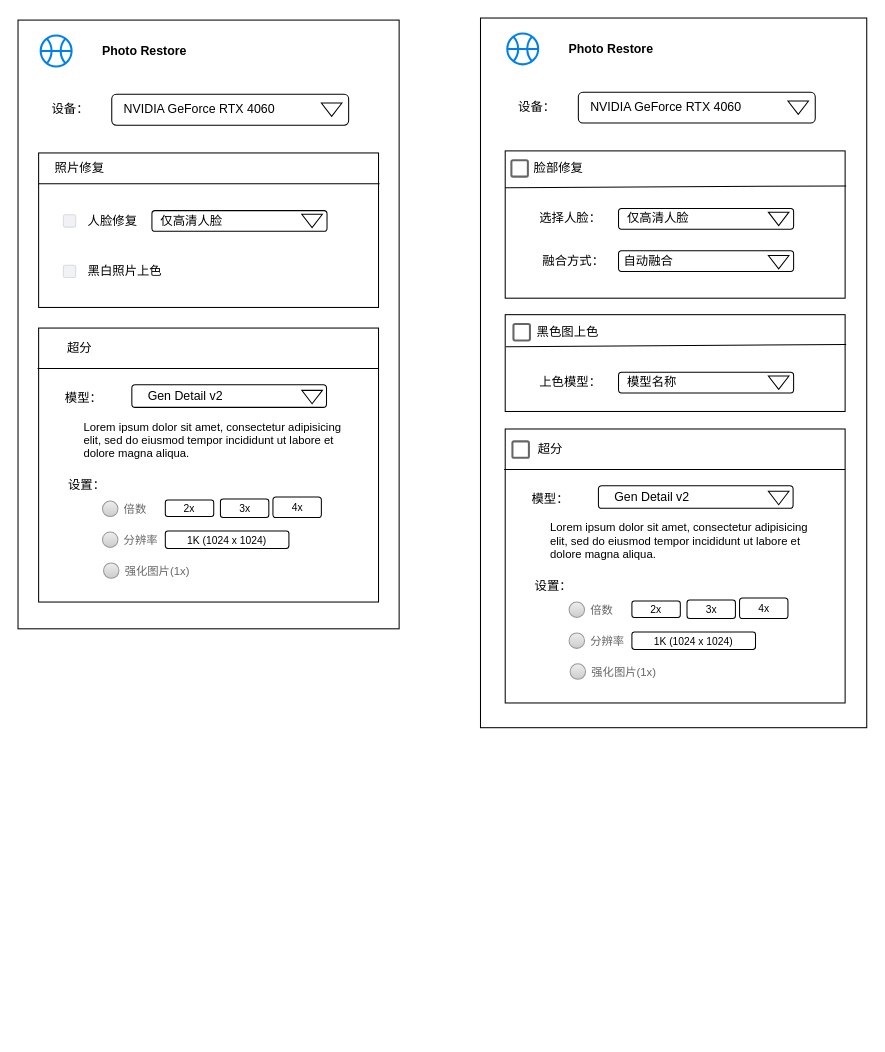
Before: Mytemp.drawio in macfanr/drawio, a draw.io diagram. Source tidied: cells renumbered, new cells numbered last; positions are measured from the earlier drawing's top-left corner, leaving out a move shared by most shapes. Both pictures are drawn from the tidied source at 103%, with x=0, y=0 at pixel (18, 18).
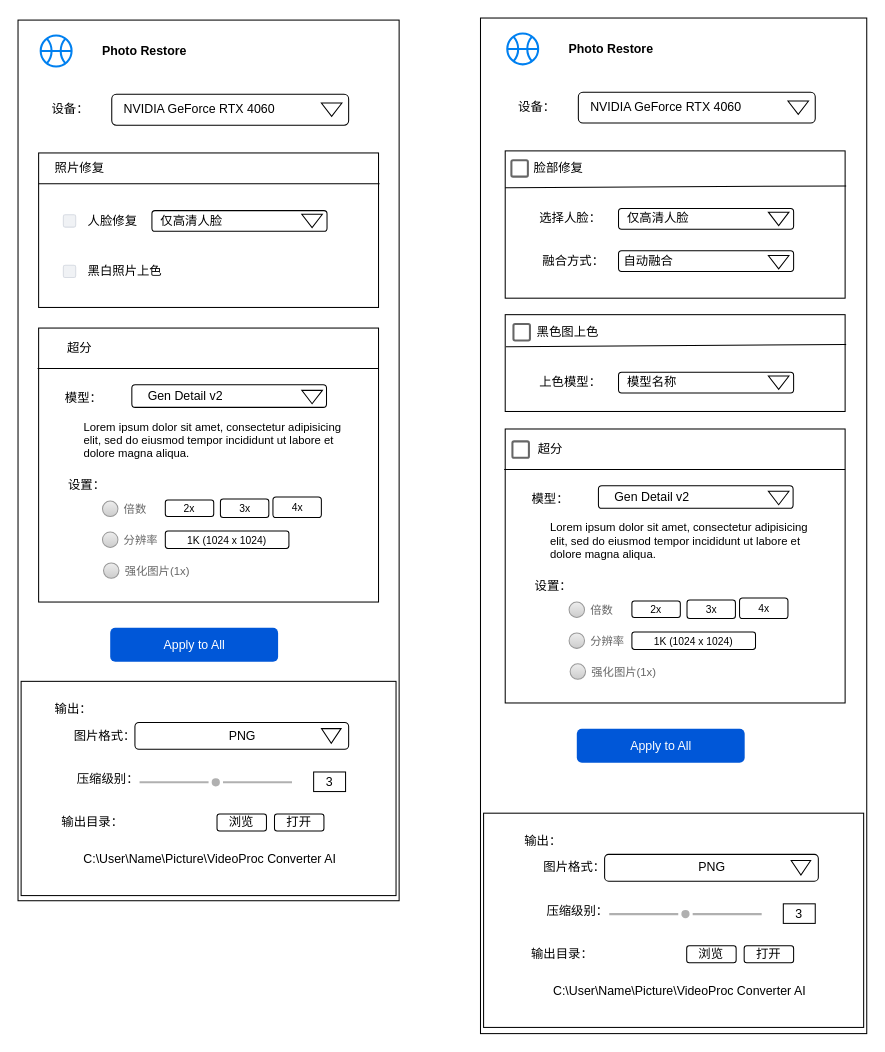
The same diagram, later.

The edit, as a diff of the source:
```diff
@@
     <mxCell id="2" style="rounded=0;whiteSpace=wrap;html=1;" parent="1" vertex="1">
-      <mxGeometry y="2" width="370" height="591" as="geometry" />
+      <mxGeometry y="2" width="370" height="855" as="geometry" />
     </mxCell>
     <mxCell id="3" style="rounded=0;whiteSpace=wrap;html=1;" parent="1" vertex="1">
-      <mxGeometry x="449" width="375" height="689" as="geometry" />
+      <mxGeometry x="449" width="375" height="986" as="geometry" />
     </mxCell>
@@
+    <mxCell id="80" style="group;" parent="1" vertex="1">
+      <mxGeometry x="3" y="644" width="364" height="208" as="geometry" />
+    </mxCell>
+    <mxCell id="81" style="rounded=0;whiteSpace=wrap;html=1;" parent="80" vertex="1">
+      <mxGeometry width="364" height="208" as="geometry" />
+    </mxCell>
+    <mxCell id="82" value="输出：" style="text;html=1;align=center;verticalAlign=middle;whiteSpace=wrap;rounded=0;" parent="80" vertex="1">
+      <mxGeometry x="21" y="12" width="60" height="30" as="geometry" />
+    </mxCell>
+    <mxCell id="83" value="图片格式：" style="text;html=1;align=center;verticalAlign=middle;whiteSpace=wrap;rounded=0;" parent="80" vertex="1">
+      <mxGeometry x="40" y="38" width="83" height="30" as="geometry" />
+    </mxCell>
+    <mxCell id="84" value="PNG" style="rounded=1;whiteSpace=wrap;html=1;" parent="80" vertex="1">
+      <mxGeometry x="110.5" y="40" width="207.5" height="26" as="geometry" />
+    </mxCell>
+    <mxCell id="85" style="triangle;whiteSpace=wrap;html=1;rotation=90;" parent="80" vertex="1">
+      <mxGeometry x="294" y="43.5" width="14.2" height="19" as="geometry" />
+    </mxCell>
+    <mxCell id="86" value="压缩级别：" style="text;html=1;align=center;verticalAlign=middle;whiteSpace=wrap;rounded=0;" parent="80" vertex="1">
+      <mxGeometry x="43" y="80" width="83" height="30" as="geometry" />
+    </mxCell>
+    <mxCell id="87" style="dashed=0;verticalLabelPosition=bottom;verticalAlign=top;align=center;shape=mxgraph.gmdl.sliderDisabled2;strokeColor=#b0b0b0;strokeWidth=2;fillColor=#b0b0b0;handleSize=6;shadow=0;hPos=50;html=1;" parent="80" vertex="1">
+      <mxGeometry x="115" y="88" width="148" height="20" as="geometry" />
+    </mxCell>
+    <mxCell id="88" value="3" style="rounded=0;whiteSpace=wrap;html=1;" parent="80" vertex="1">
+      <mxGeometry x="284" y="88" width="31" height="19" as="geometry" />
+    </mxCell>
+    <mxCell id="89" value="输出目录：" style="text;html=1;align=center;verticalAlign=middle;whiteSpace=wrap;rounded=0;" parent="80" vertex="1">
+      <mxGeometry x="27.5" y="122" width="83" height="30" as="geometry" />
+    </mxCell>
+    <mxCell id="90" value="C:\User\Name\Picture\VideoProc Converter AI" style="text;html=1;align=center;verticalAlign=middle;whiteSpace=wrap;rounded=0;" parent="80" vertex="1">
+      <mxGeometry x="52" y="158" width="263" height="30" as="geometry" />
+    </mxCell>
+    <mxCell id="91" value="浏览" style="rounded=1;whiteSpace=wrap;html=1;" parent="80" vertex="1">
+      <mxGeometry x="190.2" y="128.8" width="48" height="16.5" as="geometry" />
+    </mxCell>
+    <mxCell id="92" value="打开" style="rounded=1;whiteSpace=wrap;html=1;" parent="80" vertex="1">
+      <mxGeometry x="246" y="128.8" width="48" height="16.5" as="geometry" />
+    </mxCell>
+    <mxCell id="93" value="Apply to All" style="rounded=1;fillColor=#0057D8;strokeColor=none;html=1;whiteSpace=wrap;fontColor=#ffffff;align=center;verticalAlign=middle;fontStyle=0;fontSize=12;sketch=0;" parent="1" vertex="1">
+      <mxGeometry x="89.5" y="592" width="163" height="33" as="geometry" />
+    </mxCell>
+    <mxCell id="94" value="Apply to All" style="rounded=1;fillColor=#0057D8;strokeColor=none;html=1;whiteSpace=wrap;fontColor=#ffffff;align=center;verticalAlign=middle;fontStyle=0;fontSize=12;sketch=0;" parent="1" vertex="1">
+      <mxGeometry x="542.5" y="690" width="163" height="33" as="geometry" />
+    </mxCell>
+    <mxCell id="95" style="group;" parent="1" vertex="1">
+      <mxGeometry x="452" y="772" width="369" height="208" as="geometry" />
+    </mxCell>
+    <mxCell id="96" style="rounded=0;whiteSpace=wrap;html=1;" parent="95" vertex="1">
+      <mxGeometry width="369" height="208" as="geometry" />
+    </mxCell>
+    <mxCell id="97" value="输出：" style="text;html=1;align=center;verticalAlign=middle;whiteSpace=wrap;rounded=0;" parent="95" vertex="1">
+      <mxGeometry x="28" y="12" width="60" height="30" as="geometry" />
+    </mxCell>
+    <mxCell id="98" value="图片格式：" style="text;html=1;align=center;verticalAlign=middle;whiteSpace=wrap;rounded=0;" parent="95" vertex="1">
+      <mxGeometry x="47" y="38" width="83" height="30" as="geometry" />
+    </mxCell>
+    <mxCell id="99" value="PNG" style="rounded=1;whiteSpace=wrap;html=1;" parent="95" vertex="1">
+      <mxGeometry x="117.5" y="40" width="207.5" height="26" as="geometry" />
+    </mxCell>
+    <mxCell id="100" style="triangle;whiteSpace=wrap;html=1;rotation=90;" parent="95" vertex="1">
+      <mxGeometry x="301" y="43.5" width="14.2" height="19" as="geometry" />
+    </mxCell>
+    <mxCell id="101" value="压缩级别：" style="text;html=1;align=center;verticalAlign=middle;whiteSpace=wrap;rounded=0;" parent="95" vertex="1">
+      <mxGeometry x="50" y="80" width="83" height="30" as="geometry" />
+    </mxCell>
+    <mxCell id="102" style="dashed=0;verticalLabelPosition=bottom;verticalAlign=top;align=center;shape=mxgraph.gmdl.sliderDisabled2;strokeColor=#b0b0b0;strokeWidth=2;fillColor=#b0b0b0;handleSize=6;shadow=0;hPos=50;html=1;" parent="95" vertex="1">
+      <mxGeometry x="122" y="88" width="148" height="20" as="geometry" />
+    </mxCell>
+    <mxCell id="103" value="3" style="rounded=0;whiteSpace=wrap;html=1;" parent="95" vertex="1">
+      <mxGeometry x="291" y="88" width="31" height="19" as="geometry" />
+    </mxCell>
+    <mxCell id="104" value="输出目录：" style="text;html=1;align=center;verticalAlign=middle;whiteSpace=wrap;rounded=0;" parent="95" vertex="1">
+      <mxGeometry x="34.5" y="122" width="83" height="30" as="geometry" />
+    </mxCell>
+    <mxCell id="105" value="C:\User\Name\Picture\VideoProc Converter AI" style="text;html=1;align=center;verticalAlign=middle;whiteSpace=wrap;rounded=0;" parent="95" vertex="1">
+      <mxGeometry x="59" y="158" width="263" height="30" as="geometry" />
+    </mxCell>
+    <mxCell id="106" value="浏览" style="rounded=1;whiteSpace=wrap;html=1;" parent="95" vertex="1">
+      <mxGeometry x="197.2" y="128.8" width="48" height="16.5" as="geometry" />
+    </mxCell>
+    <mxCell id="107" value="打开" style="rounded=1;whiteSpace=wrap;html=1;" parent="95" vertex="1">
+      <mxGeometry x="253" y="128.8" width="48" height="16.5" as="geometry" />
+    </mxCell>
```
